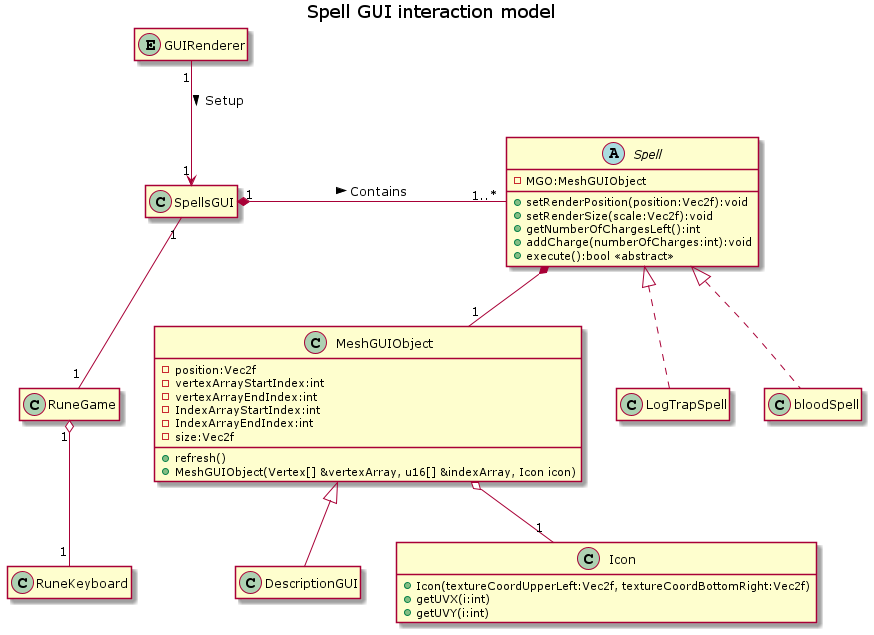
This is docs/Conception.png from Kuift/The_Guiftmo_Project, a PlantUML export, as it was before one commit.
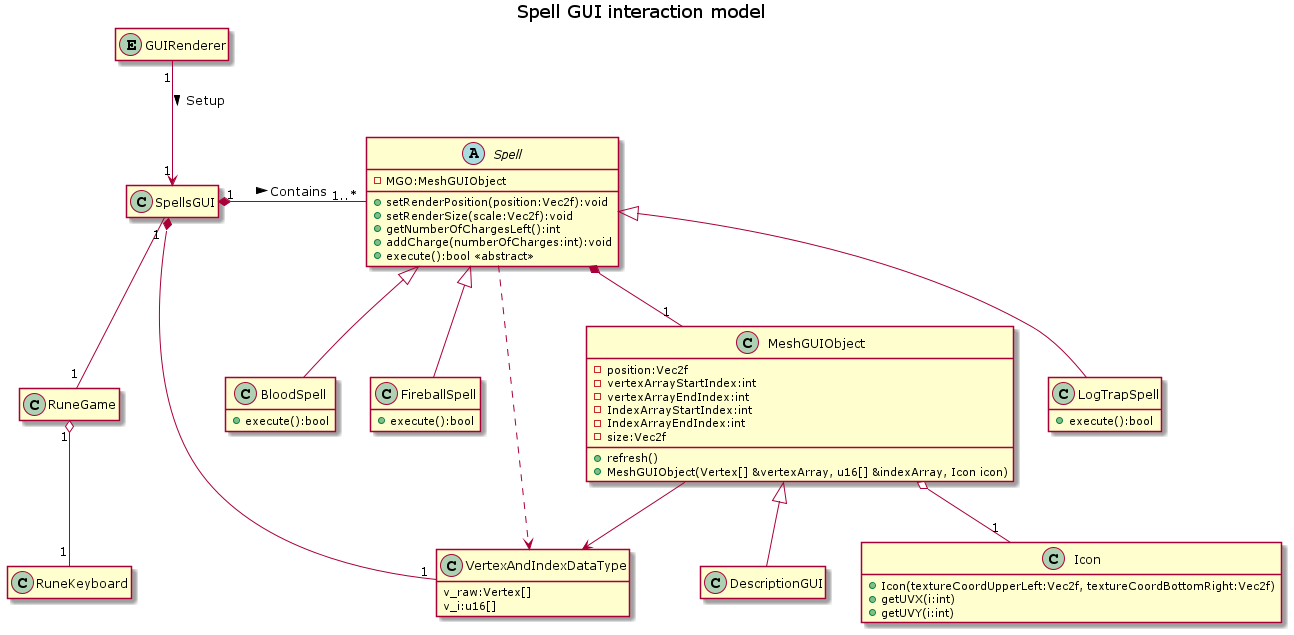
After the change.

Commit message:
added vertexandindexdatatype class

Diff of the diagram source:
```diff
@@ -28,9 +28,9 @@
 {
 
 }
-class LogTrapSpell implements Spell
+class LogTrapSpell extends Spell
 {
-
+  + execute():bool
 }
 class Icon
 {
@@ -38,7 +38,19 @@
   + getUVX(i:int)
   + getUVY(i:int)
 }
-class bloodSpell implements Spell
+class BloodSpell extends Spell
+{
+  + execute():bool
+}
+class FireballSpell extends Spell
+{
+  + execute():bool
+}
+class VertexAndIndexDataType
+{
+  v_raw:Vertex[]
+  v_i:u16[]
+}
 class SpellsGUI
 Entity GUIRenderer
 class RuneGame
@@ -49,4 +61,7 @@
 RuneGame "1" o-- "1" RuneKeyboard
 Spell *-- "1" MeshGUIObject
 MeshGUIObject o-- "1" Icon
+SpellsGUI *-- "1" VertexAndIndexDataType
+Spell ..> VertexAndIndexDataType
+MeshGUIObject --> VertexAndIndexDataType
 @enduml
```
